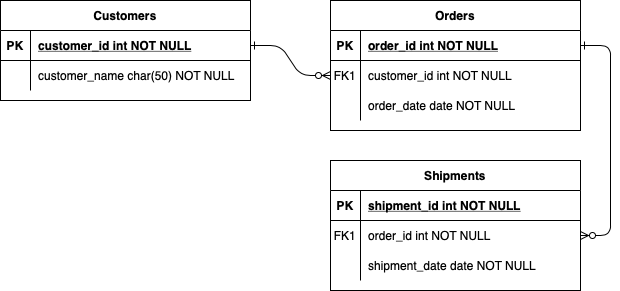
Earlier version of the draw.io export ecommerce.drawio.png (izzahnurul/brazilian-ecommerce-analysis). Source tidied: cells renumbered, new cells last; positions are measured from the earlier drawing's top-left corner, leaving out a move shared by most shapes.
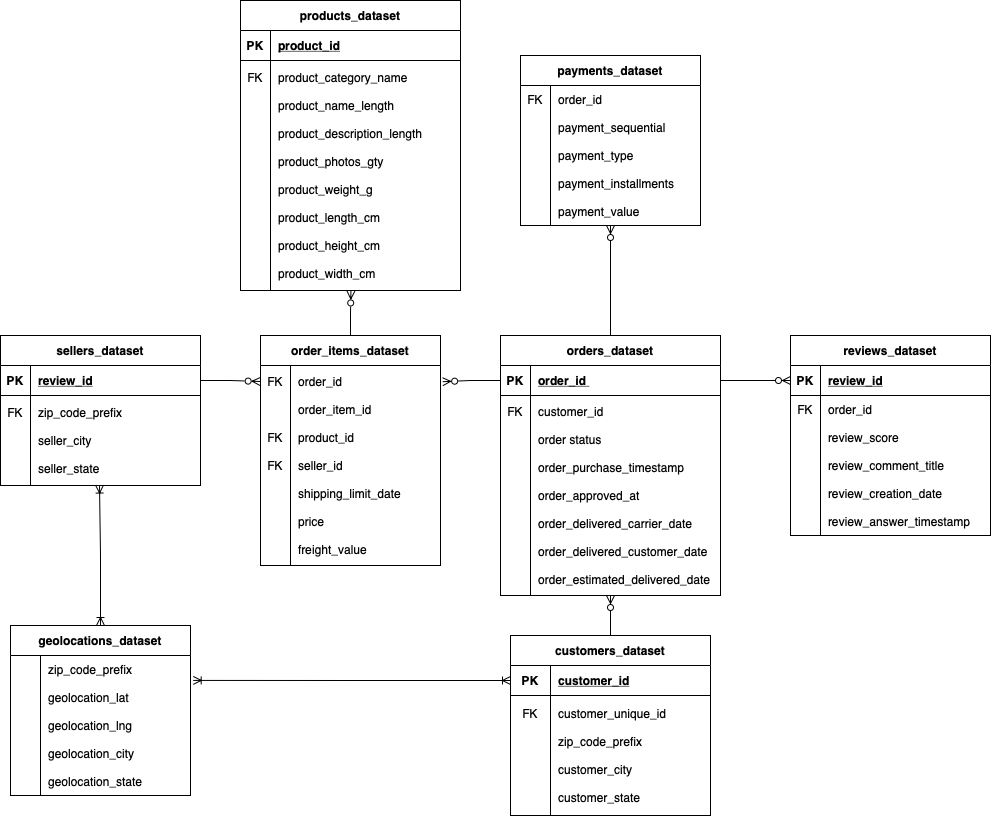
After the commit.

What changed in the source:
```diff
@@ -2,92 +2,170 @@
   <root>
     <mxCell id="0" />
     <mxCell id="1" parent="0" />
-    <mxCell id="2" style="edgeStyle=entityRelationEdgeStyle;endArrow=ERzeroToMany;startArrow=ERone;endFill=1;startFill=0;" parent="1" edge="1" source="25" target="8">
-      <mxGeometry relative="1" as="geometry" />
-    </mxCell>
-    <mxCell id="3" style="edgeStyle=entityRelationEdgeStyle;endArrow=ERzeroToMany;startArrow=ERone;endFill=1;startFill=0;" parent="1" edge="1" source="5" target="18">
-      <mxGeometry relative="1" as="geometry" />
-    </mxCell>
+    <mxCell id="31" style="edgeStyle=orthogonalEdgeStyle;rounded=0;jettySize=auto;html=1;exitX=0.5;exitY=0;exitDx=0;exitDy=0;entryX=0.5;entryY=1;entryDx=0;entryDy=0;endArrow=ERzeroToMany;endFill=0;" parent="1" edge="1" source="4" target="37">
+      <mxGeometry relative="1" as="geometry" />
+    </mxCell>
-    <mxCell id="4" value="Orders" style="shape=table;startSize=30;rowLines=0;fontStyle=1;align=center;" parent="1" vertex="1">
-      <mxGeometry x="330" width="250" height="130" as="geometry" />
+    <mxCell id="4" value="orders_dataset" style="shape=table;startSize=30;rowLines=0;fontStyle=1;align=center;" parent="1" vertex="1">
+      <mxGeometry x="880" y="230" width="220" height="260" as="geometry" />
     </mxCell>
     <mxCell id="5" style="shape=partialRectangle;fillColor=none;points=[[0,0.5],[1,0.5]];portConstraint=eastwest;top=0;left=0;right=0;bottom=1;" parent="4" vertex="1">
-      <mxGeometry y="30" width="250" height="30" as="geometry" />
+      <mxGeometry y="30" width="220" height="30" as="geometry" />
     </mxCell>
     <mxCell id="6" value="PK" style="shape=partialRectangle;overflow=hidden;fillColor=none;top=0;left=0;bottom=0;right=0;fontStyle=1;" parent="5" vertex="1">
       <mxGeometry width="30" height="30" as="geometry" />
     </mxCell>
-    <mxCell id="7" value="order_id int NOT NULL " style="shape=partialRectangle;overflow=hidden;fillColor=none;top=0;left=0;bottom=0;right=0;align=left;spacingLeft=6;fontStyle=5;" parent="5" vertex="1">
-      <mxGeometry x="30" width="220" height="30" as="geometry" />
+    <mxCell id="7" value="order_id " style="shape=partialRectangle;overflow=hidden;fillColor=none;top=0;left=0;bottom=0;right=0;align=left;spacingLeft=6;fontStyle=5;" parent="5" vertex="1">
+      <mxGeometry x="30" width="190" height="30" as="geometry" />
     </mxCell>
     <mxCell id="8" style="shape=partialRectangle;fillColor=none;points=[[0,0.5],[1,0.5]];portConstraint=eastwest;top=0;left=0;right=0;bottom=0;" parent="4" vertex="1">
-      <mxGeometry y="60" width="250" height="30" as="geometry" />
+      <mxGeometry y="60" width="220" height="200" as="geometry" />
     </mxCell>
-    <mxCell id="9" value="FK1" style="shape=partialRectangle;overflow=hidden;fillColor=none;top=0;left=0;bottom=0;right=0;" parent="8" vertex="1">
-      <mxGeometry width="30" height="30" as="geometry" />
+    <mxCell id="9" value="FK&#10;&#10;&#10;&#10;&#10;&#10;&#10;&#10;&#10;&#10;&#10;&#10;" style="shape=partialRectangle;overflow=hidden;fillColor=none;top=0;left=0;bottom=0;right=0;" parent="8" vertex="1">
+      <mxGeometry width="30" height="200" as="geometry" />
     </mxCell>
-    <mxCell id="10" value="customer_id int NOT NULL" style="shape=partialRectangle;overflow=hidden;fillColor=none;top=0;left=0;bottom=0;right=0;align=left;spacingLeft=6;" parent="8" vertex="1">
-      <mxGeometry x="30" width="220" height="30" as="geometry" />
+    <mxCell id="10" value="customer_id&#10;&#10;order status&#10;&#10;order_purchase_timestamp&#10;&#10;order_approved_at&#10;&#10;order_delivered_carrier_date&#10;&#10;order_delivered_customer_date&#10;&#10;order_estimated_delivered_date" style="shape=partialRectangle;overflow=hidden;fillColor=none;top=0;left=0;bottom=0;right=0;align=left;spacingLeft=6;" parent="8" vertex="1">
+      <mxGeometry x="30" width="190" height="200" as="geometry" />
     </mxCell>
-    <mxCell id="11" style="shape=partialRectangle;fillColor=none;top=0;left=0;right=0;bottom=0;" parent="4" vertex="1">
-      <mxGeometry y="90" width="250" height="30" as="geometry" />
-    </mxCell>
-    <mxCell id="12" style="shape=partialRectangle;overflow=hidden;fillColor=none;top=0;left=0;bottom=0;right=0;" parent="11" vertex="1">
-      <mxGeometry width="30" height="30" as="geometry" />
-    </mxCell>
-    <mxCell id="13" value="order_date date NOT NULL" style="shape=partialRectangle;overflow=hidden;fillColor=none;top=0;left=0;bottom=0;right=0;align=left;spacingLeft=6;" parent="11" vertex="1">
-      <mxGeometry x="30" width="220" height="30" as="geometry" />
-    </mxCell>
-    <mxCell id="14" value="Shipments" style="shape=table;startSize=30;rowLines=0;fontStyle=1;align=center;" parent="1" vertex="1">
-      <mxGeometry x="330" y="160" width="250" height="130" as="geometry" />
-    </mxCell>
-    <mxCell id="15" style="shape=partialRectangle;fillColor=none;top=0;left=0;right=0;bottom=1;" parent="14" vertex="1">
-      <mxGeometry y="30" width="250" height="30" as="geometry" />
-    </mxCell>
-    <mxCell id="16" value="PK" style="shape=partialRectangle;overflow=hidden;fillColor=none;top=0;left=0;bottom=0;right=0;fontStyle=1;" parent="15" vertex="1">
-      <mxGeometry width="30" height="30" as="geometry" />
-    </mxCell>
-    <mxCell id="17" value="shipment_id int NOT NULL " style="shape=partialRectangle;overflow=hidden;fillColor=none;top=0;left=0;bottom=0;right=0;align=left;spacingLeft=6;fontStyle=5;" parent="15" vertex="1">
-      <mxGeometry x="30" width="220" height="30" as="geometry" />
-    </mxCell>
-    <mxCell id="18" style="shape=partialRectangle;fillColor=none;points=[[0,0.5],[1,0.5]];portConstraint=eastwest;top=0;left=0;right=0;bottom=0;" parent="14" vertex="1">
-      <mxGeometry y="60" width="250" height="30" as="geometry" />
-    </mxCell>
-    <mxCell id="19" value="FK1" style="shape=partialRectangle;overflow=hidden;fillColor=none;top=0;left=0;bottom=0;right=0;" parent="18" vertex="1">
-      <mxGeometry width="30" height="30" as="geometry" />
-    </mxCell>
-    <mxCell id="20" value="order_id int NOT NULL" style="shape=partialRectangle;overflow=hidden;fillColor=none;top=0;left=0;bottom=0;right=0;align=left;spacingLeft=6;" parent="18" vertex="1">
-      <mxGeometry x="30" width="220" height="30" as="geometry" />
-    </mxCell>
-    <mxCell id="21" style="shape=partialRectangle;fillColor=none;top=0;left=0;right=0;bottom=0;" parent="14" vertex="1">
-      <mxGeometry y="90" width="250" height="30" as="geometry" />
-    </mxCell>
-    <mxCell id="22" style="shape=partialRectangle;overflow=hidden;fillColor=none;top=0;left=0;bottom=0;right=0;" parent="21" vertex="1">
-      <mxGeometry width="30" height="30" as="geometry" />
-    </mxCell>
-    <mxCell id="23" value="shipment_date date NOT NULL" style="shape=partialRectangle;overflow=hidden;fillColor=none;top=0;left=0;bottom=0;right=0;align=left;spacingLeft=6;" parent="21" vertex="1">
-      <mxGeometry x="30" width="220" height="30" as="geometry" />
-    </mxCell>
-    <mxCell id="24" value="Customers" style="shape=table;startSize=30;rowLines=0;fontStyle=1;align=center;" parent="1" vertex="1">
-      <mxGeometry width="250" height="100" as="geometry" />
+    <mxCell id="24" value="reviews_dataset" style="shape=table;startSize=30;rowLines=0;fontStyle=1;align=center;" parent="1" vertex="1">
+      <mxGeometry x="1170" y="230" width="200" height="200" as="geometry" />
     </mxCell>
     <mxCell id="25" style="shape=partialRectangle;fillColor=none;points=[[0,0.5],[1,0.5]];portConstraint=eastwest;top=0;left=0;right=0;bottom=1;" parent="24" vertex="1">
-      <mxGeometry y="30" width="250" height="30" as="geometry" />
+      <mxGeometry y="30" width="200" height="30" as="geometry" />
     </mxCell>
     <mxCell id="26" value="PK" style="shape=partialRectangle;overflow=hidden;fillColor=none;top=0;left=0;bottom=0;right=0;fontStyle=1;" parent="25" vertex="1">
       <mxGeometry width="30" height="30" as="geometry" />
     </mxCell>
-    <mxCell id="27" value="customer_id int NOT NULL " style="shape=partialRectangle;overflow=hidden;fillColor=none;top=0;left=0;bottom=0;right=0;align=left;spacingLeft=6;fontStyle=5;" parent="25" vertex="1">
-      <mxGeometry x="30" width="220" height="30" as="geometry" />
+    <mxCell id="27" value="review_id" style="shape=partialRectangle;overflow=hidden;fillColor=none;top=0;left=0;bottom=0;right=0;align=left;spacingLeft=6;fontStyle=5;" parent="25" vertex="1">
+      <mxGeometry x="30" width="170" height="30" as="geometry" />
     </mxCell>
     <mxCell id="28" style="shape=partialRectangle;fillColor=none;top=0;left=0;right=0;bottom=0;" parent="24" vertex="1">
-      <mxGeometry y="60" width="250" height="30" as="geometry" />
+      <mxGeometry y="60" width="200" height="140" as="geometry" />
     </mxCell>
-    <mxCell id="29" style="shape=partialRectangle;overflow=hidden;fillColor=none;top=0;left=0;bottom=0;right=0;" parent="28" vertex="1">
-      <mxGeometry width="30" height="30" as="geometry" />
+    <mxCell id="29" value="FK&#10;&#10;&#10;&#10;&#10;&#10;&#10;&#10;" style="shape=partialRectangle;overflow=hidden;fillColor=none;top=0;left=0;bottom=0;right=0;" parent="28" vertex="1">
+      <mxGeometry width="30" height="140" as="geometry" />
     </mxCell>
-    <mxCell id="30" value="customer_name char(50) NOT NULL" style="shape=partialRectangle;overflow=hidden;fillColor=none;top=0;left=0;bottom=0;right=0;align=left;spacingLeft=6;" parent="28" vertex="1">
-      <mxGeometry x="30" width="220" height="30" as="geometry" />
+    <mxCell id="30" value="order_id&#10;&#10;review_score&#10;&#10;review_comment_title&#10;&#10;review_creation_date&#10;&#10;review_answer_timestamp" style="shape=partialRectangle;overflow=hidden;fillColor=none;top=0;left=0;bottom=0;right=0;align=left;spacingLeft=6;" parent="28" vertex="1">
+      <mxGeometry x="30" width="170" height="140" as="geometry" />
     </mxCell>
+    <mxCell id="32" style="edgeStyle=orthogonalEdgeStyle;rounded=0;jettySize=auto;html=1;exitX=0.5;exitY=0;exitDx=0;exitDy=0;endArrow=ERzeroToMany;endFill=0;entryX=0.502;entryY=1.002;entryDx=0;entryDy=0;entryPerimeter=0;" parent="1" edge="1" source="33" target="47">
+      <mxGeometry relative="1" as="geometry" />
+    </mxCell>
+    <mxCell id="33" value="order_items_dataset" style="shape=table;startSize=30;rowLines=0;fontStyle=1;align=center;" parent="1" vertex="1">
+      <mxGeometry x="640" y="230" width="180" height="230" as="geometry" />
+    </mxCell>
+    <mxCell id="34" style="shape=tableRow;horizontal=0;startSize=0;swimlaneHead=0;swimlaneBody=0;fillColor=none;points=[[0,0.5],[1,0.5]];portConstraint=eastwest;top=0;left=0;right=0;bottom=0;" parent="33" vertex="1">
+      <mxGeometry y="30" width="180" height="200" as="geometry" />
+    </mxCell>
+    <mxCell id="35" value="FK&#10;&#10;&#10;&#10;FK&#10;&#10;FK&#10;&#10;&#10;&#10;&#10;&#10;" style="shape=partialRectangle;fillColor=none;top=0;left=0;bottom=0;right=0;overflow=hidden;" parent="34" vertex="1">
+      <mxGeometry width="30" height="200" as="geometry" />
+    </mxCell>
+    <mxCell id="36" value="order_id&#10;&#10;order_item_id&#10;&#10;product_id&#10;&#10;seller_id&#10;&#10;shipping_limit_date&#10;&#10;price&#10;&#10;freight_value" style="shape=partialRectangle;fillColor=none;top=0;left=0;bottom=0;right=0;align=left;spacingLeft=6;overflow=hidden;" parent="34" vertex="1">
+      <mxGeometry x="30" width="150" height="200" as="geometry" />
+    </mxCell>
+    <mxCell id="37" value="payments_dataset" style="shape=table;startSize=30;rowLines=0;fontStyle=1;align=center;" parent="1" vertex="1">
+      <mxGeometry x="900" y="-50" width="180" height="170" as="geometry" />
+    </mxCell>
+    <mxCell id="38" style="shape=tableRow;horizontal=0;startSize=0;swimlaneHead=0;swimlaneBody=0;fillColor=none;top=0;left=0;right=0;bottom=0;" parent="37" vertex="1">
+      <mxGeometry y="30" width="180" height="140" as="geometry" />
+    </mxCell>
+    <mxCell id="39" value="FK&#10;&#10;&#10;&#10;&#10;&#10;&#10;&#10;" style="shape=partialRectangle;fillColor=none;top=0;left=0;bottom=0;right=0;overflow=hidden;" parent="38" vertex="1">
+      <mxGeometry width="30" height="140" as="geometry" />
+    </mxCell>
+    <mxCell id="40" value="order_id&#10;&#10;payment_sequential&#10;&#10;payment_type&#10;&#10;payment_installments&#10;&#10;payment_value" style="shape=partialRectangle;fillColor=none;top=0;left=0;bottom=0;right=0;align=left;spacingLeft=6;overflow=hidden;" parent="38" vertex="1">
+      <mxGeometry x="30" width="150" height="140" as="geometry" />
+    </mxCell>
+    <mxCell id="41" style="edgeStyle=orthogonalEdgeStyle;rounded=0;jettySize=auto;html=1;exitX=1;exitY=0.5;exitDx=0;exitDy=0;entryX=0;entryY=0.5;entryDx=0;entryDy=0;endArrow=ERzeroToMany;endFill=0;" parent="1" edge="1" source="5" target="25">
+      <mxGeometry relative="1" as="geometry" />
+    </mxCell>
+    <mxCell id="42" style="edgeStyle=orthogonalEdgeStyle;rounded=0;jettySize=auto;html=1;exitX=0;exitY=0.5;exitDx=0;exitDy=0;entryX=1.012;entryY=0.081;entryDx=0;entryDy=0;entryPerimeter=0;endArrow=ERzeroToMany;endFill=0;" parent="1" edge="1" source="5" target="34">
+      <mxGeometry relative="1" as="geometry" />
+    </mxCell>
+    <mxCell id="43" value="products_dataset" style="shape=table;startSize=30;rowLines=0;fontStyle=1;align=center;" parent="1" vertex="1">
+      <mxGeometry x="620" y="-105" width="220" height="290" as="geometry" />
+    </mxCell>
+    <mxCell id="44" style="shape=partialRectangle;fillColor=none;top=0;left=0;right=0;bottom=1;" parent="43" vertex="1">
+      <mxGeometry y="30" width="220" height="30" as="geometry" />
+    </mxCell>
+    <mxCell id="45" value="PK" style="shape=partialRectangle;overflow=hidden;fillColor=none;top=0;left=0;bottom=0;right=0;fontStyle=1;" parent="44" vertex="1">
+      <mxGeometry width="30" height="30" as="geometry" />
+    </mxCell>
+    <mxCell id="46" value="product_id" style="shape=partialRectangle;overflow=hidden;fillColor=none;top=0;left=0;bottom=0;right=0;align=left;spacingLeft=6;fontStyle=5;" parent="44" vertex="1">
+      <mxGeometry x="30" width="190" height="30" as="geometry" />
+    </mxCell>
+    <mxCell id="47" style="shape=partialRectangle;fillColor=none;points=[[0,0.5],[1,0.5]];portConstraint=eastwest;top=0;left=0;right=0;bottom=0;" parent="43" vertex="1">
+      <mxGeometry y="60" width="220" height="230" as="geometry" />
+    </mxCell>
+    <mxCell id="48" value="FK&#10;&#10;&#10;&#10;&#10;&#10;&#10;&#10;&#10;&#10;&#10;&#10;&#10;&#10;" style="shape=partialRectangle;overflow=hidden;fillColor=none;top=0;left=0;bottom=0;right=0;" parent="47" vertex="1">
+      <mxGeometry width="30" height="230" as="geometry" />
+    </mxCell>
+    <mxCell id="49" value="product_category_name&#10;&#10;product_name_length&#10;&#10;product_description_length&#10;&#10;product_photos_gty&#10;&#10;product_weight_g&#10;&#10;product_length_cm&#10;&#10;product_height_cm&#10;&#10;product_width_cm" style="shape=partialRectangle;overflow=hidden;fillColor=none;top=0;left=0;bottom=0;right=0;align=left;spacingLeft=6;" parent="47" vertex="1">
+      <mxGeometry x="30" width="190" height="230" as="geometry" />
+    </mxCell>
+    <mxCell id="50" value="sellers_dataset" style="shape=table;startSize=30;rowLines=0;fontStyle=1;align=center;" parent="1" vertex="1">
+      <mxGeometry x="380" y="230" width="200" height="150" as="geometry" />
+    </mxCell>
+    <mxCell id="51" style="shape=partialRectangle;fillColor=none;points=[[0,0.5],[1,0.5]];portConstraint=eastwest;top=0;left=0;right=0;bottom=1;" parent="50" vertex="1">
+      <mxGeometry y="30" width="200" height="30" as="geometry" />
+    </mxCell>
+    <mxCell id="52" value="PK" style="shape=partialRectangle;overflow=hidden;fillColor=none;top=0;left=0;bottom=0;right=0;fontStyle=1;" parent="51" vertex="1">
+      <mxGeometry width="30" height="30" as="geometry" />
+    </mxCell>
+    <mxCell id="53" value="review_id" style="shape=partialRectangle;overflow=hidden;fillColor=none;top=0;left=0;bottom=0;right=0;align=left;spacingLeft=6;fontStyle=5;" parent="51" vertex="1">
+      <mxGeometry x="30" width="170" height="30" as="geometry" />
+    </mxCell>
+    <mxCell id="54" style="shape=partialRectangle;fillColor=none;points=[[0,0.5],[1,0.5]];portConstraint=eastwest;top=0;left=0;right=0;bottom=0;" parent="50" vertex="1">
+      <mxGeometry y="60" width="200" height="90" as="geometry" />
+    </mxCell>
+    <mxCell id="55" value="FK&#10;&#10;&#10;&#10;" style="shape=partialRectangle;overflow=hidden;fillColor=none;top=0;left=0;bottom=0;right=0;" parent="54" vertex="1">
+      <mxGeometry width="30" height="90" as="geometry" />
+    </mxCell>
+    <mxCell id="56" value="zip_code_prefix&#10;&#10;seller_city&#10;&#10;seller_state" style="shape=partialRectangle;overflow=hidden;fillColor=none;top=0;left=0;bottom=0;right=0;align=left;spacingLeft=6;" parent="54" vertex="1">
+      <mxGeometry x="30" width="170" height="90" as="geometry" />
+    </mxCell>
+    <mxCell id="57" style="edgeStyle=orthogonalEdgeStyle;rounded=0;jettySize=auto;html=1;exitX=1;exitY=0.5;exitDx=0;exitDy=0;entryX=-0.002;entryY=0.08;entryDx=0;entryDy=0;entryPerimeter=0;endArrow=ERzeroToMany;endFill=0;" parent="1" edge="1" source="51" target="34">
+      <mxGeometry relative="1" as="geometry" />
+    </mxCell>
+    <mxCell id="58" style="edgeStyle=orthogonalEdgeStyle;rounded=0;jettySize=auto;html=1;exitX=0.5;exitY=0;exitDx=0;exitDy=0;entryX=0.5;entryY=1;entryDx=0;entryDy=0;endArrow=ERzeroToMany;endFill=0;" parent="1" edge="1" source="59" target="4">
+      <mxGeometry relative="1" as="geometry" />
+    </mxCell>
+    <mxCell id="59" value="customers_dataset" style="shape=table;startSize=30;rowLines=0;fontStyle=1;align=center;" parent="1" vertex="1">
+      <mxGeometry x="890" y="530" width="200" height="180" as="geometry" />
+    </mxCell>
+    <mxCell id="60" style="shape=partialRectangle;fillColor=none;points=[[0,0.5],[1,0.5]];portConstraint=eastwest;top=0;left=0;right=0;bottom=1;" parent="59" vertex="1">
+      <mxGeometry y="30" width="200" height="30" as="geometry" />
+    </mxCell>
+    <mxCell id="61" value="PK" style="shape=partialRectangle;overflow=hidden;fillColor=none;top=0;left=0;bottom=0;right=0;fontStyle=1;" parent="60" vertex="1">
+      <mxGeometry width="40" height="30" as="geometry" />
+    </mxCell>
+    <mxCell id="62" value="customer_id" style="shape=partialRectangle;overflow=hidden;fillColor=none;top=0;left=0;bottom=0;right=0;align=left;spacingLeft=6;fontStyle=5;" parent="60" vertex="1">
+      <mxGeometry x="40" width="160" height="30" as="geometry" />
+    </mxCell>
+    <mxCell id="63" style="shape=partialRectangle;fillColor=none;top=0;left=0;right=0;bottom=0;" parent="59" vertex="1">
+      <mxGeometry y="60" width="200" height="120" as="geometry" />
+    </mxCell>
+    <mxCell id="64" value="FK&#10;&#10;&#10;&#10;&#10;&#10;" style="shape=partialRectangle;overflow=hidden;fillColor=none;top=0;left=0;bottom=0;right=0;" parent="63" vertex="1">
+      <mxGeometry width="40" height="120" as="geometry" />
+    </mxCell>
+    <mxCell id="65" value="customer_unique_id&#10;&#10;zip_code_prefix&#10;&#10;customer_city&#10;&#10;customer_state" style="shape=partialRectangle;overflow=hidden;fillColor=none;top=0;left=0;bottom=0;right=0;align=left;spacingLeft=6;" parent="63" vertex="1">
+      <mxGeometry x="40" width="160" height="120" as="geometry" />
+    </mxCell>
+    <mxCell id="66" style="edgeStyle=orthogonalEdgeStyle;rounded=0;jettySize=auto;html=1;exitX=0.5;exitY=0;exitDx=0;exitDy=0;entryX=0.495;entryY=0.995;entryDx=0;entryDy=0;entryPerimeter=0;endArrow=ERoneToMany;endFill=0;startArrow=ERoneToMany;startFill=0;" parent="1" edge="1" source="67" target="54">
+      <mxGeometry relative="1" as="geometry" />
+    </mxCell>
+    <mxCell id="67" value="geolocations_dataset" style="shape=table;startSize=30;rowLines=0;fontStyle=1;align=center;" parent="1" vertex="1">
+      <mxGeometry x="390" y="520" width="180" height="170" as="geometry" />
+    </mxCell>
+    <mxCell id="68" style="shape=tableRow;horizontal=0;startSize=0;swimlaneHead=0;swimlaneBody=0;fillColor=none;points=[[0,0.5],[1,0.5]];portConstraint=eastwest;top=0;left=0;right=0;bottom=0;" parent="67" vertex="1">
+      <mxGeometry y="30" width="180" height="140" as="geometry" />
+    </mxCell>
+    <mxCell id="69" style="shape=partialRectangle;fillColor=none;top=0;left=0;bottom=0;right=0;overflow=hidden;" parent="68" vertex="1">
+      <mxGeometry width="30" height="140" as="geometry" />
+    </mxCell>
+    <mxCell id="70" value="zip_code_prefix&#10;&#10;geolocation_lat&#10;&#10;geolocation_lng&#10;&#10;geolocation_city&#10;&#10;geolocation_state" style="shape=partialRectangle;fillColor=none;top=0;left=0;bottom=0;right=0;align=left;spacingLeft=6;overflow=hidden;" parent="68" vertex="1">
+      <mxGeometry x="30" width="150" height="140" as="geometry" />
+    </mxCell>
+    <mxCell id="71" style="edgeStyle=orthogonalEdgeStyle;rounded=0;jettySize=auto;html=1;exitX=0;exitY=0.5;exitDx=0;exitDy=0;entryX=1.015;entryY=0.178;entryDx=0;entryDy=0;entryPerimeter=0;startArrow=ERoneToMany;startFill=0;endArrow=ERoneToMany;endFill=0;" parent="1" edge="1" source="60" target="68">
+      <mxGeometry relative="1" as="geometry" />
+    </mxCell>
   </root>
 </mxGraphModel>
```
